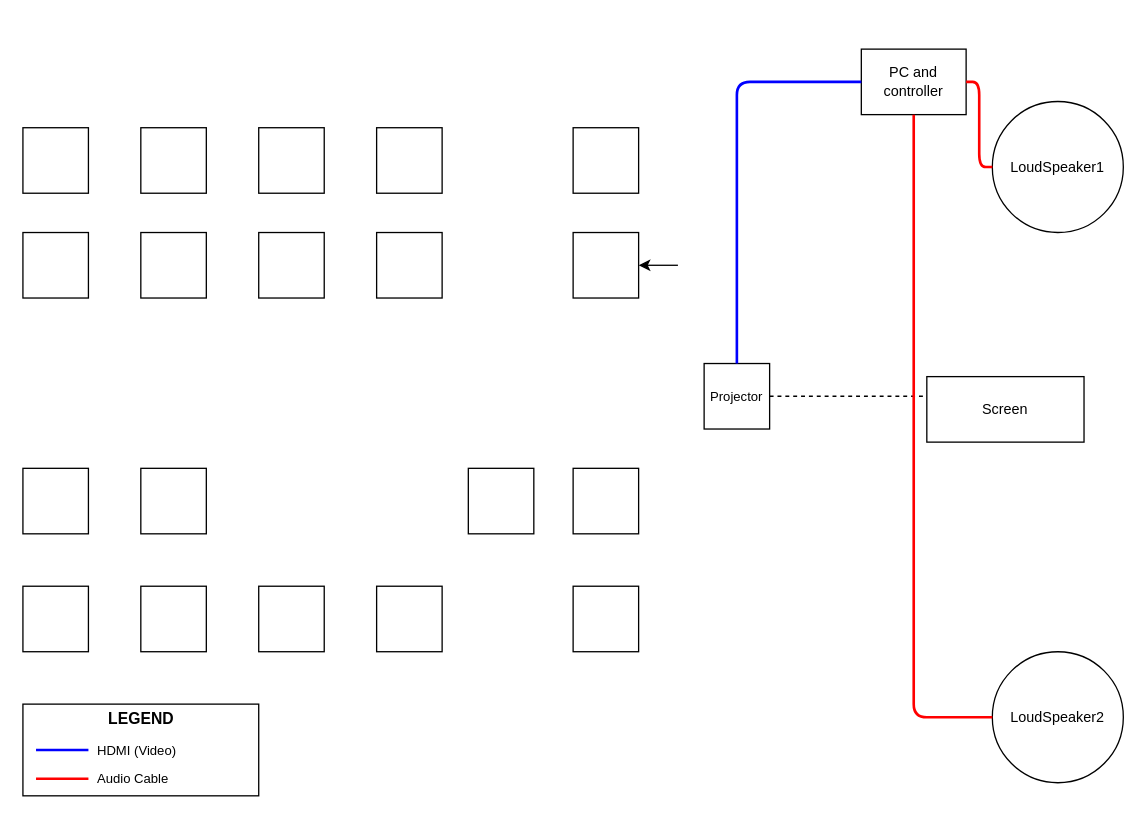
This is lecture_room_diagram.drawio from Artwell-wq/Octpractice, a draw.io file, before an edit. Source tidied: cells renumbered, new cells numbered last; positions are measured from the earlier drawing's top-left corner, leaving out a move shared by most shapes. Both pictures are drawn from the tidied source at 131%, with x=0, y=0 at pixel (22, 48).
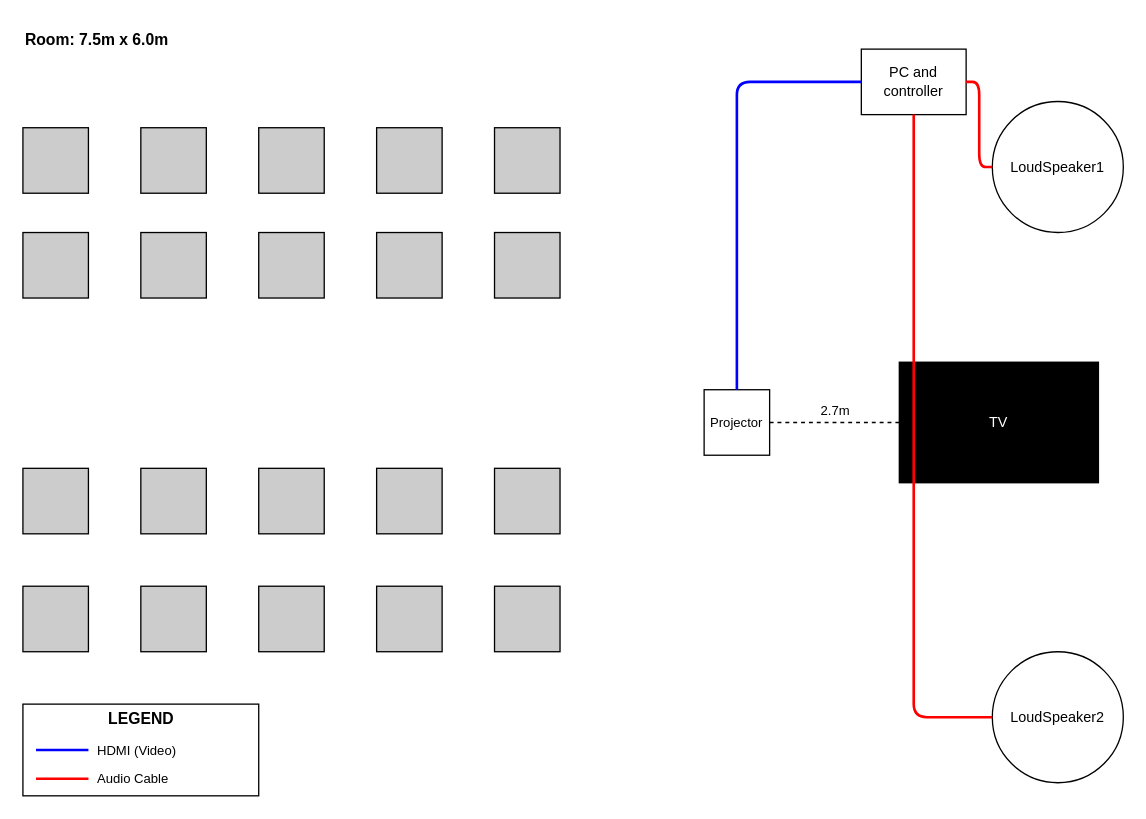
The same diagram, later.

Commit message:
Fine-tune diagram per user feedback

- Added 5th seat to rows with only 4 (now all rows have 5 evenly spaced)
- Shaded all seat boxes with grey color (#CCCCCC)
- Changed Screen to TV shape (wider black rectangle, standard TV look)
- Added "2.7m" distance label on dashed line from Projector to TV
- Added room dimensions "Room: 7.5m x 6.0m" at top left
- Kept all other elements unchanged (PC, speakers, wiring, legend)

The edit, as a diff of the source:
```diff
@@
+    <mxCell id="37" value="Room: 7.5m x 6.0m" style="text;html=1;align=left;verticalAlign=middle;fontSize=12;fontStyle=1;" parent="1" vertex="1">
+      <mxGeometry y="-20" width="150" height="25" as="geometry" />
+    </mxCell>
@@
-    <mxCell id="5" value="Screen" style="rounded=0;whiteSpace=wrap;html=1;fillColor=none;strokeColor=#000000;fontSize=11;" parent="1" vertex="1">
-      <mxGeometry x="690" y="250" width="120" height="50" as="geometry" />
-    </mxCell>
+    <mxCell id="38" value="TV" style="rounded=0;whiteSpace=wrap;html=1;fillColor=#000000;strokeColor=#000000;fontColor=#FFFFFF;fontSize=11;strokeWidth=3;" parent="1" vertex="1">
+      <mxGeometry x="670" y="240" width="150" height="90" as="geometry" />
+    </mxCell>
     <mxCell id="6" value="Projector" style="rounded=0;whiteSpace=wrap;html=1;fillColor=none;strokeColor=#000000;fontSize=10;" parent="1" vertex="1">
-      <mxGeometry x="520" y="240" width="50" height="50" as="geometry" />
+      <mxGeometry x="520" y="260" width="50" height="50" as="geometry" />
     </mxCell>
-    <mxCell id="7" style="endArrow=none;html=1;dashed=1;strokeColor=#000000;" parent="1" edge="1">
-      <mxGeometry relative="1" as="geometry">
-        <mxPoint x="570" y="265" as="sourcePoint" />
-        <mxPoint x="690" y="265" as="targetPoint" />
-      </mxGeometry>
-    </mxCell>
+    <mxCell id="39" value="2.7m" style="endArrow=none;html=1;dashed=1;strokeColor=#000000;fontSize=10;labelPosition=center;verticalLabelPosition=top;align=center;verticalAlign=bottom;" parent="1" edge="1">
+      <mxGeometry relative="1" as="geometry">
+        <mxPoint x="570" y="285" as="sourcePoint" />
+        <mxPoint x="670" y="285" as="targetPoint" />
+      </mxGeometry>
+    </mxCell>
-    <mxCell id="8" style="rounded=0;whiteSpace=wrap;html=1;fillColor=none;strokeColor=#000000;" parent="1" vertex="1">
+    <mxCell id="8" style="rounded=0;whiteSpace=wrap;html=1;fillColor=#CCCCCC;strokeColor=#000000;" parent="1" vertex="1">
       <mxGeometry y="60" width="50" height="50" as="geometry" />
     </mxCell>
-    <mxCell id="9" style="rounded=0;whiteSpace=wrap;html=1;fillColor=none;strokeColor=#000000;" parent="1" vertex="1">
+    <mxCell id="9" style="rounded=0;whiteSpace=wrap;html=1;fillColor=#CCCCCC;strokeColor=#000000;" parent="1" vertex="1">
       <mxGeometry x="90" y="60" width="50" height="50" as="geometry" />
     </mxCell>
-    <mxCell id="10" style="rounded=0;whiteSpace=wrap;html=1;fillColor=none;strokeColor=#000000;" parent="1" vertex="1">
+    <mxCell id="10" style="rounded=0;whiteSpace=wrap;html=1;fillColor=#CCCCCC;strokeColor=#000000;" parent="1" vertex="1">
       <mxGeometry x="180" y="60" width="50" height="50" as="geometry" />
     </mxCell>
-    <mxCell id="11" style="rounded=0;whiteSpace=wrap;html=1;fillColor=none;strokeColor=#000000;" parent="1" vertex="1">
+    <mxCell id="11" style="rounded=0;whiteSpace=wrap;html=1;fillColor=#CCCCCC;strokeColor=#000000;" parent="1" vertex="1">
       <mxGeometry x="270" y="60" width="50" height="50" as="geometry" />
     </mxCell>
-    <mxCell id="12" style="rounded=0;whiteSpace=wrap;html=1;fillColor=none;strokeColor=#000000;" parent="1" vertex="1">
-      <mxGeometry x="420" y="60" width="50" height="50" as="geometry" />
+    <mxCell id="12" style="rounded=0;whiteSpace=wrap;html=1;fillColor=#CCCCCC;strokeColor=#000000;" parent="1" vertex="1">
+      <mxGeometry x="360" y="60" width="50" height="50" as="geometry" />
     </mxCell>
-    <mxCell id="13" style="rounded=0;whiteSpace=wrap;html=1;fillColor=none;strokeColor=#000000;" parent="1" vertex="1">
+    <mxCell id="13" style="rounded=0;whiteSpace=wrap;html=1;fillColor=#CCCCCC;strokeColor=#000000;" parent="1" vertex="1">
       <mxGeometry y="140" width="50" height="50" as="geometry" />
     </mxCell>
-    <mxCell id="14" style="rounded=0;whiteSpace=wrap;html=1;fillColor=none;strokeColor=#000000;" parent="1" vertex="1">
+    <mxCell id="14" style="rounded=0;whiteSpace=wrap;html=1;fillColor=#CCCCCC;strokeColor=#000000;" parent="1" vertex="1">
       <mxGeometry x="90" y="140" width="50" height="50" as="geometry" />
     </mxCell>
-    <mxCell id="15" style="rounded=0;whiteSpace=wrap;html=1;fillColor=none;strokeColor=#000000;" parent="1" vertex="1">
+    <mxCell id="15" style="rounded=0;whiteSpace=wrap;html=1;fillColor=#CCCCCC;strokeColor=#000000;" parent="1" vertex="1">
       <mxGeometry x="180" y="140" width="50" height="50" as="geometry" />
     </mxCell>
-    <mxCell id="16" style="rounded=0;whiteSpace=wrap;html=1;fillColor=none;strokeColor=#000000;" parent="1" vertex="1">
+    <mxCell id="16" style="rounded=0;whiteSpace=wrap;html=1;fillColor=#CCCCCC;strokeColor=#000000;" parent="1" vertex="1">
       <mxGeometry x="270" y="140" width="50" height="50" as="geometry" />
     </mxCell>
-    <mxCell id="17" style="rounded=0;whiteSpace=wrap;html=1;fillColor=none;strokeColor=#000000;" parent="1" vertex="1">
-      <mxGeometry x="420" y="140" width="50" height="50" as="geometry" />
+    <mxCell id="17" style="rounded=0;whiteSpace=wrap;html=1;fillColor=#CCCCCC;strokeColor=#000000;" parent="1" vertex="1">
+      <mxGeometry x="360" y="140" width="50" height="50" as="geometry" />
     </mxCell>
-    <mxCell id="18" style="endArrow=classic;html=1;strokeColor=#000000;" parent="1" edge="1">
-      <mxGeometry relative="1" as="geometry">
-        <mxPoint x="500" y="165" as="sourcePoint" />
-        <mxPoint x="470" y="165" as="targetPoint" />
-      </mxGeometry>
-    </mxCell>
-    <mxCell id="19" style="rounded=0;whiteSpace=wrap;html=1;fillColor=none;strokeColor=#000000;" parent="1" vertex="1">
+    <mxCell id="19" style="rounded=0;whiteSpace=wrap;html=1;fillColor=#CCCCCC;strokeColor=#000000;" parent="1" vertex="1">
       <mxGeometry y="320" width="50" height="50" as="geometry" />
     </mxCell>
-    <mxCell id="20" style="rounded=0;whiteSpace=wrap;html=1;fillColor=none;strokeColor=#000000;" parent="1" vertex="1">
+    <mxCell id="20" style="rounded=0;whiteSpace=wrap;html=1;fillColor=#CCCCCC;strokeColor=#000000;" parent="1" vertex="1">
       <mxGeometry x="90" y="320" width="50" height="50" as="geometry" />
     </mxCell>
-    <mxCell id="21" style="rounded=0;whiteSpace=wrap;html=1;fillColor=none;strokeColor=#000000;" parent="1" vertex="1">
-      <mxGeometry x="340" y="320" width="50" height="50" as="geometry" />
+    <mxCell id="21" style="rounded=0;whiteSpace=wrap;html=1;fillColor=#CCCCCC;strokeColor=#000000;" parent="1" vertex="1">
+      <mxGeometry x="180" y="320" width="50" height="50" as="geometry" />
     </mxCell>
-    <mxCell id="22" style="rounded=0;whiteSpace=wrap;html=1;fillColor=none;strokeColor=#000000;" parent="1" vertex="1">
-      <mxGeometry x="420" y="320" width="50" height="50" as="geometry" />
+    <mxCell id="22" style="rounded=0;whiteSpace=wrap;html=1;fillColor=#CCCCCC;strokeColor=#000000;" parent="1" vertex="1">
+      <mxGeometry x="270" y="320" width="50" height="50" as="geometry" />
     </mxCell>
+    <mxCell id="40" style="rounded=0;whiteSpace=wrap;html=1;fillColor=#CCCCCC;strokeColor=#000000;" parent="1" vertex="1">
+      <mxGeometry x="360" y="320" width="50" height="50" as="geometry" />
+    </mxCell>
-    <mxCell id="23" style="rounded=0;whiteSpace=wrap;html=1;fillColor=none;strokeColor=#000000;" parent="1" vertex="1">
+    <mxCell id="23" style="rounded=0;whiteSpace=wrap;html=1;fillColor=#CCCCCC;strokeColor=#000000;" parent="1" vertex="1">
       <mxGeometry y="410" width="50" height="50" as="geometry" />
     </mxCell>
-    <mxCell id="24" style="rounded=0;whiteSpace=wrap;html=1;fillColor=none;strokeColor=#000000;" parent="1" vertex="1">
+    <mxCell id="24" style="rounded=0;whiteSpace=wrap;html=1;fillColor=#CCCCCC;strokeColor=#000000;" parent="1" vertex="1">
       <mxGeometry x="90" y="410" width="50" height="50" as="geometry" />
     </mxCell>
-    <mxCell id="25" style="rounded=0;whiteSpace=wrap;html=1;fillColor=none;strokeColor=#000000;" parent="1" vertex="1">
+    <mxCell id="25" style="rounded=0;whiteSpace=wrap;html=1;fillColor=#CCCCCC;strokeColor=#000000;" parent="1" vertex="1">
       <mxGeometry x="180" y="410" width="50" height="50" as="geometry" />
     </mxCell>
-    <mxCell id="26" style="rounded=0;whiteSpace=wrap;html=1;fillColor=none;strokeColor=#000000;" parent="1" vertex="1">
+    <mxCell id="26" style="rounded=0;whiteSpace=wrap;html=1;fillColor=#CCCCCC;strokeColor=#000000;" parent="1" vertex="1">
       <mxGeometry x="270" y="410" width="50" height="50" as="geometry" />
     </mxCell>
-    <mxCell id="27" style="rounded=0;whiteSpace=wrap;html=1;fillColor=none;strokeColor=#000000;" parent="1" vertex="1">
-      <mxGeometry x="420" y="410" width="50" height="50" as="geometry" />
+    <mxCell id="27" style="rounded=0;whiteSpace=wrap;html=1;fillColor=#CCCCCC;strokeColor=#000000;" parent="1" vertex="1">
+      <mxGeometry x="360" y="410" width="50" height="50" as="geometry" />
     </mxCell>
     <mxCell id="28" style="endArrow=none;html=1;strokeColor=#0000FF;strokeWidth=2;edgeStyle=orthogonalEdgeStyle;" parent="1" edge="1">
       <mxGeometry relative="1" as="geometry">
         <mxPoint x="640" y="25" as="sourcePoint" />
-        <mxPoint x="545" y="240" as="targetPoint" />
+        <mxPoint x="545" y="260" as="targetPoint" />
         <Array as="points">
           <mxPoint x="545" y="25" />
         </Array>
       </mxGeometry>
     </mxCell>
```
